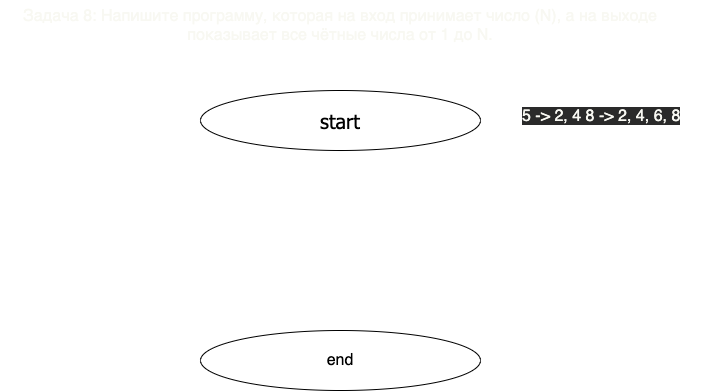
Above: homework/task008/diagram.drawio.png in SergeyION/homework (draw.io), before the change. Source tidied: cells renumbered, new cells last; positions are measured from the earlier drawing's top-left corner, leaving out a move shared by most shapes. The source it was exported from:
```xml
<mxGraphModel>
  <root>
    <mxCell id="0" />
    <mxCell id="1" parent="0" />
    <mxCell id="2" value="&lt;h1 class=&quot;code-line&quot; dir=&quot;auto&quot; id=&quot;%D0%B7%D0%B0%D0%B4%D0%B0%D1%87%D0%B0-8-%D0%BD%D0%B0%D0%BF%D0%B8%D1%88%D0%B8%D1%82%D0%B5-%D0%BF%D1%80%D0%BE%D0%B3%D1%80%D0%B0%D0%BC%D0%BC%D1%83-%D0%BA%D0%BE%D1%82%D0%BE%D1%80%D0%B0%D1%8F-%D0%BD%D0%B0-%D0%B2%D1%85%D0%BE%D0%B4-%D0%BF%D1%80%D0%B8%D0%BD%D0%B8%D0%BC%D0%B0%D0%B5%D1%82-%D1%87%D0%B8%D1%81%D0%BB%D0%BE-n-%D0%B0-%D0%BD%D0%B0-%D0%B2%D1%8B%D1%85%D0%BE%D0%B4%D0%B5-%D0%BF%D0%BE%D0%BA%D0%B0%D0%B7%D1%8B%D0%B2%D0%B0%D0%B5%D1%82-%D0%B2%D1%81%D0%B5-%D1%87%D1%91%D1%82%D0%BD%D1%8B%D0%B5-%D1%87%D0%B8%D1%81%D0%BB%D0%B0-%D0%BE%D1%82-1-%D0%B4%D0%BE-n&quot; style=&quot;margin-top: 0px ; padding-bottom: 0.3em ; line-height: 1.2 ; border-bottom: 1px solid rgba(255 , 255 , 255 , 0.18) ; font-weight: normal ; border-top-color: rgba(255 , 255 , 255 , 0.18) ; border-right-color: rgba(255 , 255 , 255 , 0.18) ; border-left-color: rgba(255 , 255 , 255 , 0.18) ; position: relative ; color: rgb(248 , 248 , 242) ; font-style: normal ; letter-spacing: normal ; text-indent: 0px ; text-transform: none ; word-spacing: 0px ; font-size: 16px&quot;&gt;Задача 8: Напишите программу, которая на вход принимает число (N), а на выходе показывает все чётные числа от 1 до N.&lt;/h1&gt;&lt;p class=&quot;code-line&quot; dir=&quot;auto&quot; style=&quot;margin-top: 0px ; margin-bottom: 0.7em ; position: relative ; color: rgb(248 , 248 , 242) ; font-size: 16px ; font-style: normal ; font-weight: 400 ; letter-spacing: normal ; text-indent: 0px ; text-transform: none ; word-spacing: 0px&quot;&gt;&lt;br&gt;&lt;/p&gt;" style="text;whiteSpace=wrap;html=1;fontSize=16;align=center;" parent="1" vertex="1">
      <mxGeometry width="680" height="50" as="geometry" />
    </mxCell>
    <mxCell id="3" value="&lt;meta charset=&quot;utf-8&quot;&gt;&lt;span style=&quot;color: rgb(248, 248, 242); font-family: helvetica; font-size: 16px; font-style: normal; font-weight: 400; letter-spacing: normal; text-align: center; text-indent: 0px; text-transform: none; word-spacing: 0px; background-color: rgb(42, 42, 42); display: inline; float: none;&quot;&gt;5 -&amp;gt; 2, 4 8 -&amp;gt; 2, 4, 6, 8&lt;/span&gt;" style="text;whiteSpace=wrap;html=1;fontSize=16;" parent="1" vertex="1">
      <mxGeometry x="520" y="100" width="180" height="30" as="geometry" />
    </mxCell>
    <mxCell id="4" value="start" style="ellipse;whiteSpace=wrap;html=1;fontSize=20;fontFamily=Tahoma;" parent="1" vertex="1">
      <mxGeometry x="200" y="90" width="280" height="60" as="geometry" />
    </mxCell>
    <mxCell id="5" value="end" style="ellipse;whiteSpace=wrap;html=1;fontSize=16;" parent="1" vertex="1">
      <mxGeometry x="200" y="330" width="280" height="60" as="geometry" />
    </mxCell>
  </root>
</mxGraphModel>
```
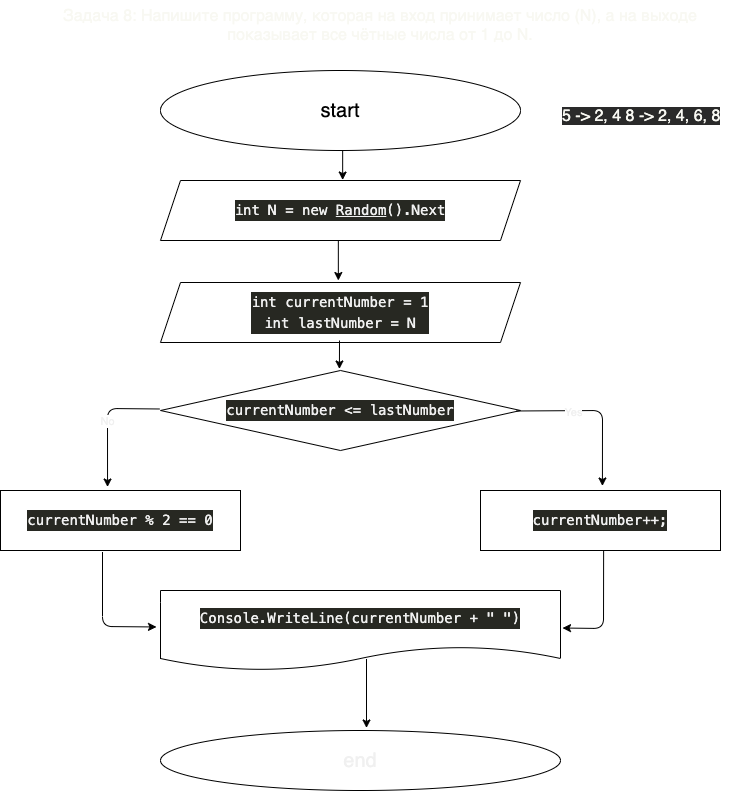
After the change.

Commit message:
Добавили диаграмму в задачу 8

Change to the diagram source:
```diff
@@ -8,11 +8,74 @@
     <mxCell id="3" value="&lt;meta charset=&quot;utf-8&quot;&gt;&lt;span style=&quot;color: rgb(248, 248, 242); font-family: helvetica; font-size: 16px; font-style: normal; font-weight: 400; letter-spacing: normal; text-align: center; text-indent: 0px; text-transform: none; word-spacing: 0px; background-color: rgb(42, 42, 42); display: inline; float: none;&quot;&gt;5 -&amp;gt; 2, 4 8 -&amp;gt; 2, 4, 6, 8&lt;/span&gt;" style="text;whiteSpace=wrap;html=1;fontSize=16;" parent="1" vertex="1">
       <mxGeometry x="520" y="100" width="180" height="30" as="geometry" />
     </mxCell>
-    <mxCell id="4" value="start" style="ellipse;whiteSpace=wrap;html=1;fontSize=20;fontFamily=Tahoma;" parent="1" vertex="1">
-      <mxGeometry x="200" y="90" width="280" height="60" as="geometry" />
-    </mxCell>
-    <mxCell id="5" value="end" style="ellipse;whiteSpace=wrap;html=1;fontSize=16;" parent="1" vertex="1">
-      <mxGeometry x="200" y="330" width="280" height="60" as="geometry" />
+    <mxCell id="5" value="start" style="ellipse;whiteSpace=wrap;html=1;fontSize=20;" parent="1" vertex="1">
+      <mxGeometry x="120" y="70" width="360" height="80" as="geometry" />
     </mxCell>
+    <mxCell id="6" value="&lt;div style=&quot;background-color: rgb(39 , 40 , 34) ; font-family: &amp;#34;menlo&amp;#34; , &amp;#34;monaco&amp;#34; , &amp;#34;courier new&amp;#34; , monospace ; font-weight: normal ; font-size: 14px ; line-height: 21px&quot;&gt;&lt;div&gt;int N = new &lt;span style=&quot;text-decoration: underline&quot;&gt;Random&lt;/span&gt;().Next&lt;/div&gt;&lt;/div&gt;" style="shape=parallelogram;perimeter=parallelogramPerimeter;whiteSpace=wrap;html=1;fixedSize=1;labelBackgroundColor=#000000;fontColor=#F0F0F0;strokeColor=default;fillColor=default;gradientColor=none;" parent="1" vertex="1">
+      <mxGeometry x="120" y="180" width="360" height="60" as="geometry" />
+    </mxCell>
+    <mxCell id="7" value="&lt;div style=&quot;background-color: rgb(39 , 40 , 34) ; font-family: &amp;#34;menlo&amp;#34; , &amp;#34;monaco&amp;#34; , &amp;#34;courier new&amp;#34; , monospace ; font-weight: normal ; font-size: 14px ; line-height: 21px&quot;&gt;&lt;div&gt;int currentNumber = 1&lt;/div&gt;&lt;div&gt;int lastNumber = N&lt;/div&gt;&lt;/div&gt;" style="shape=parallelogram;perimeter=parallelogramPerimeter;whiteSpace=wrap;html=1;fixedSize=1;labelBackgroundColor=#000000;fontColor=#F0F0F0;strokeColor=default;fillColor=default;gradientColor=none;" parent="1" vertex="1">
+      <mxGeometry x="120" y="282" width="360" height="60" as="geometry" />
+    </mxCell>
+    <mxCell id="8" value="&lt;div style=&quot;background-color: rgb(39 , 40 , 34) ; font-family: &amp;#34;menlo&amp;#34; , &amp;#34;monaco&amp;#34; , &amp;#34;courier new&amp;#34; , monospace ; font-weight: normal ; font-size: 14px ; line-height: 21px&quot;&gt;&lt;div&gt;currentNumber &amp;lt;= lastNumber&lt;/div&gt;&lt;/div&gt;" style="rhombus;whiteSpace=wrap;html=1;labelBackgroundColor=#000000;fontColor=#F0F0F0;strokeColor=default;fillColor=default;gradientColor=none;" parent="1" vertex="1">
+      <mxGeometry x="120" y="370" width="360" height="80" as="geometry" />
+    </mxCell>
+    <mxCell id="9" value="&lt;div style=&quot;background-color: rgb(39 , 40 , 34) ; font-family: &amp;#34;menlo&amp;#34; , &amp;#34;monaco&amp;#34; , &amp;#34;courier new&amp;#34; , monospace ; font-weight: normal ; font-size: 14px ; line-height: 21px&quot;&gt;&lt;div&gt;currentNumber % 2 == 0&lt;/div&gt;&lt;/div&gt;" style="rounded=0;whiteSpace=wrap;html=1;labelBackgroundColor=#000000;fontColor=#F0F0F0;strokeColor=default;fillColor=default;gradientColor=none;" parent="1" vertex="1">
+      <mxGeometry x="-40" y="490" width="240" height="60" as="geometry" />
+    </mxCell>
+    <mxCell id="10" value="&lt;div style=&quot;background-color: rgb(39 , 40 , 34) ; font-family: &amp;#34;menlo&amp;#34; , &amp;#34;monaco&amp;#34; , &amp;#34;courier new&amp;#34; , monospace ; font-weight: normal ; font-size: 14px ; line-height: 21px&quot;&gt;&lt;div&gt;currentNumber++;&lt;/div&gt;&lt;/div&gt;" style="rounded=0;whiteSpace=wrap;html=1;labelBackgroundColor=#000000;fontColor=#F0F0F0;strokeColor=default;fillColor=default;gradientColor=none;" parent="1" vertex="1">
+      <mxGeometry x="440" y="490" width="240" height="60" as="geometry" />
+    </mxCell>
+    <mxCell id="11" value="&lt;div style=&quot;background-color: rgb(39 , 40 , 34) ; font-family: &amp;#34;menlo&amp;#34; , &amp;#34;monaco&amp;#34; , &amp;#34;courier new&amp;#34; , monospace ; font-size: 14px ; line-height: 21px&quot;&gt;Console.WriteLine(currentNumber + &quot; &quot;)&lt;/div&gt;" style="shape=document;whiteSpace=wrap;html=1;boundedLbl=1;labelBackgroundColor=#000000;fontColor=#F0F0F0;strokeColor=default;fillColor=default;gradientColor=none;" parent="1" vertex="1">
+      <mxGeometry x="120" y="590" width="400" height="80" as="geometry" />
+    </mxCell>
+    <mxCell id="12" value="end" style="ellipse;whiteSpace=wrap;html=1;labelBackgroundColor=none;fontColor=#F0F0F0;strokeColor=default;fillColor=default;gradientColor=none;fontSize=20;" parent="1" vertex="1">
+      <mxGeometry x="120" y="730" width="400" height="60" as="geometry" />
+    </mxCell>
+    <mxCell id="13" style="endArrow=classic;html=1;fontColor=#F0F0F0;exitX=0.506;exitY=1.006;exitDx=0;exitDy=0;exitPerimeter=0;entryX=0.506;entryY=-0.008;entryDx=0;entryDy=0;entryPerimeter=0;" parent="1" edge="1" source="5" target="6">
+      <mxGeometry relative="1" as="geometry" />
+    </mxCell>
+    <mxCell id="14" style="endArrow=classic;html=1;fontColor=#F0F0F0;exitX=0.494;exitY=1.008;exitDx=0;exitDy=0;exitPerimeter=0;entryX=0.494;entryY=-0.033;entryDx=0;entryDy=0;entryPerimeter=0;" parent="1" edge="1" source="6" target="7">
+      <mxGeometry relative="1" as="geometry" />
+    </mxCell>
+    <mxCell id="15" style="endArrow=classic;html=1;fontColor=#F0F0F0;entryX=0.497;entryY=-0.019;entryDx=0;entryDy=0;entryPerimeter=0;" parent="1" edge="1" target="8">
+      <mxGeometry relative="1" as="geometry">
+        <mxPoint x="299" y="340" as="sourcePoint" />
+      </mxGeometry>
+    </mxCell>
+    <mxCell id="16" style="endArrow=classic;html=1;fontColor=#F0F0F0;exitX=0.989;exitY=0.506;exitDx=0;exitDy=0;exitPerimeter=0;entryX=0.508;entryY=-0.075;entryDx=0;entryDy=0;entryPerimeter=0;" parent="1" edge="1" source="8" target="10">
+      <mxGeometry relative="1" as="geometry">
+        <Array as="points">
+          <mxPoint x="562" y="410" />
+        </Array>
+      </mxGeometry>
+    </mxCell>
+    <mxCell id="17" value="Yes" style="edgeLabel;html=1;align=center;verticalAlign=middle;fontColor=#F0F0F0;" parent="16" vertex="1">
+      <mxGeometry x="-0.31" y="-1" relative="1" as="geometry" />
+    </mxCell>
+    <mxCell id="18" value="No" style="endArrow=classic;html=1;fontColor=#F0F0F0;exitX=-0.003;exitY=0.481;exitDx=0;exitDy=0;exitPerimeter=0;entryX=0.446;entryY=-0.058;entryDx=0;entryDy=0;entryPerimeter=0;" parent="1" edge="1" source="8" target="9">
+      <mxGeometry relative="1" as="geometry">
+        <Array as="points">
+          <mxPoint x="67" y="408" />
+        </Array>
+      </mxGeometry>
+    </mxCell>
+    <mxCell id="19" style="endArrow=classic;html=1;fontColor=#F0F0F0;exitX=0.513;exitY=1.008;exitDx=0;exitDy=0;exitPerimeter=0;entryX=1.005;entryY=0.469;entryDx=0;entryDy=0;entryPerimeter=0;" parent="1" edge="1" source="10" target="11">
+      <mxGeometry relative="1" as="geometry">
+        <Array as="points">
+          <mxPoint x="563" y="628" />
+        </Array>
+      </mxGeometry>
+    </mxCell>
+    <mxCell id="20" style="endArrow=classic;html=1;fontColor=#F0F0F0;exitX=0.425;exitY=1.025;exitDx=0;exitDy=0;exitPerimeter=0;entryX=-0.01;entryY=0.456;entryDx=0;entryDy=0;entryPerimeter=0;" parent="1" edge="1" source="9" target="11">
+      <mxGeometry relative="1" as="geometry">
+        <Array as="points">
+          <mxPoint x="62" y="626" />
+        </Array>
+      </mxGeometry>
+    </mxCell>
+    <mxCell id="21" style="endArrow=classic;html=1;fontColor=#F0F0F0;exitX=0.515;exitY=0.856;exitDx=0;exitDy=0;exitPerimeter=0;entryX=0.515;entryY=-0.042;entryDx=0;entryDy=0;entryPerimeter=0;" parent="1" edge="1" source="11" target="12">
+      <mxGeometry relative="1" as="geometry" />
+    </mxCell>
   </root>
 </mxGraphModel>
```
